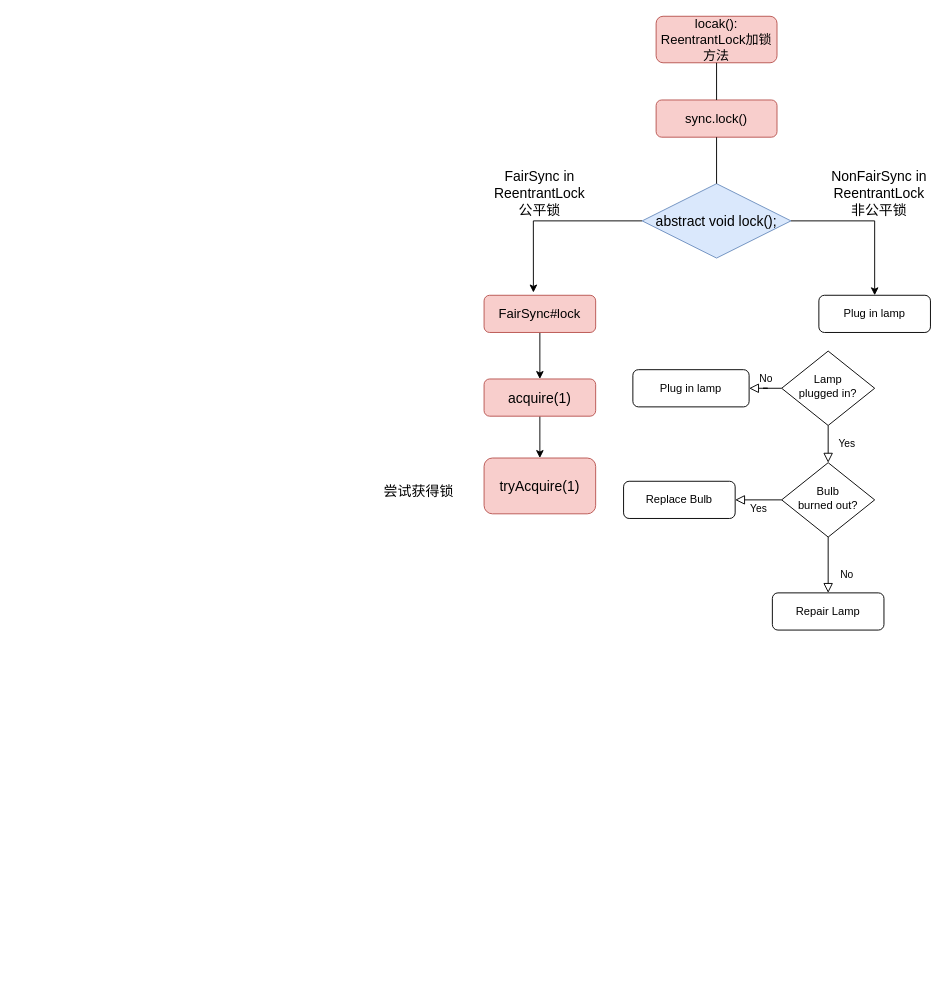
Earlier version of the draw.io diagram logicDiagram/Untitled Diagram.drawio (gitzsl17/draw). Source tidied: cells renumbered, new cells numbered last; positions are measured from the earlier drawing's top-left corner, leaving out a move shared by most shapes. Both pictures are drawn from the tidied source at 93%, with x=0, y=0 at pixel (363, 16).
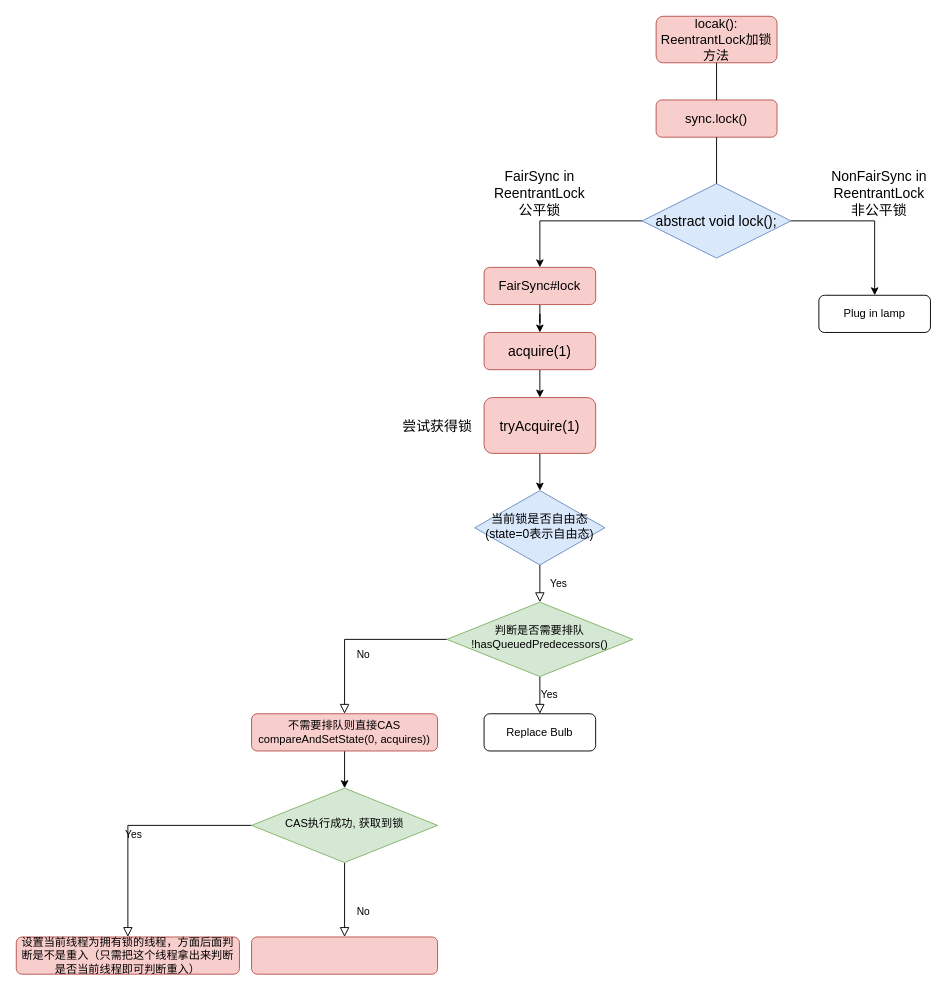
Above is the later version.

The change refers to these unchanged cells:
```xml
<mxCell id="16" value="&lt;span&gt;abstract void lock();&lt;/span&gt;" style="rhombus;whiteSpace=wrap;html=1;fontSize=15;fillColor=#dae8fc;strokeColor=#6c8ebf;" parent="1" vertex="1">
  <mxGeometry x="300" y="180" width="160" height="80" as="geometry" />
</mxCell>
```

Change to the diagram source:
```diff
@@
-    <mxCell id="4" value="No" style="edgeStyle=orthogonalEdgeStyle;rounded=0;html=1;jettySize=auto;fontSize=11;endArrow=block;endFill=0;endSize=8;strokeWidth=1;shadow=0;labelBackgroundColor=none;" parent="1" edge="1" source="5" target="6">
-      <mxGeometry y="10" relative="1" as="geometry" />
-    </mxCell>
-    <mxCell id="5" value="Lamp&lt;br&gt;plugged in?" style="rhombus;whiteSpace=wrap;html=1;shadow=0;fontFamily=Helvetica;fontSize=12;align=center;strokeWidth=1;spacing=6;spacingTop=-4;" parent="1" vertex="1">
-      <mxGeometry x="450" y="360" width="100" height="80" as="geometry" />
+    <mxCell id="5" value="当前锁是否自由态(state=0表示自由态)" style="rhombus;whiteSpace=wrap;html=1;shadow=0;fontFamily=Helvetica;fontSize=13;align=center;strokeWidth=1;spacing=6;spacingTop=-4;fillColor=#dae8fc;strokeColor=#6c8ebf;" parent="1" vertex="1">
+      <mxGeometry x="120" y="510" width="140" height="80" as="geometry" />
     </mxCell>
-    <mxCell id="6" value="Plug in lamp" style="rounded=1;whiteSpace=wrap;html=1;fontSize=12;glass=0;strokeWidth=1;shadow=0;" parent="1" vertex="1">
-      <mxGeometry x="290" y="380" width="125" height="40" as="geometry" />
-    </mxCell>
@@
-    <mxCell id="9" value="Bulb&lt;br&gt;burned out?" style="rhombus;whiteSpace=wrap;html=1;shadow=0;fontFamily=Helvetica;fontSize=12;align=center;strokeWidth=1;spacing=6;spacingTop=-4;" parent="1" vertex="1">
-      <mxGeometry x="450" y="480" width="100" height="80" as="geometry" />
+    <mxCell id="9" value="判断是否需要排队&lt;br&gt;!hasQueuedPredecessors()" style="rhombus;whiteSpace=wrap;html=1;shadow=0;fontFamily=Helvetica;fontSize=12;align=center;strokeWidth=1;spacing=6;spacingTop=-4;fillColor=#d5e8d4;strokeColor=#82b366;" parent="1" vertex="1">
+      <mxGeometry x="90" y="630" width="200" height="80" as="geometry" />
     </mxCell>
+    <mxCell id="27" style="edgeStyle=orthogonalEdgeStyle;rounded=0;jettySize=auto;html=1;exitX=0.5;exitY=1;exitDx=0;exitDy=0;entryX=0.5;entryY=0;entryDx=0;entryDy=0;fontSize=12;" parent="1" edge="1" source="10" target="30">
+      <mxGeometry relative="1" as="geometry" />
+    </mxCell>
-    <mxCell id="10" value="Repair Lamp" style="rounded=1;whiteSpace=wrap;html=1;fontSize=12;glass=0;strokeWidth=1;shadow=0;" parent="1" vertex="1">
-      <mxGeometry x="440" y="620" width="120" height="40" as="geometry" />
+    <mxCell id="10" value="不需要排队则直接CAS&lt;br style=&quot;font-size: 12px;&quot;&gt;compareAndSetState(0, acquires))" style="rounded=1;whiteSpace=wrap;html=1;fontSize=12;glass=0;strokeWidth=1;shadow=0;fillColor=#f8cecc;strokeColor=#b85450;" parent="1" vertex="1">
+      <mxGeometry x="-120" y="750" width="200" height="40" as="geometry" />
     </mxCell>
     <mxCell id="11" value="Replace Bulb" style="rounded=1;whiteSpace=wrap;html=1;fontSize=12;glass=0;strokeWidth=1;shadow=0;" parent="1" vertex="1">
-      <mxGeometry x="280" y="500" width="120" height="40" as="geometry" />
+      <mxGeometry x="130" y="750" width="120" height="40" as="geometry" />
     </mxCell>
@@
-    <mxCell id="14" style="edgeStyle=orthogonalEdgeStyle;rounded=0;jettySize=auto;html=1;exitX=0;exitY=0.5;exitDx=0;exitDy=0;fontSize=15;entryX=0.442;entryY=-0.075;entryDx=0;entryDy=0;entryPerimeter=0;" parent="1" edge="1" source="16" target="20">
+    <mxCell id="14" style="edgeStyle=orthogonalEdgeStyle;rounded=0;jettySize=auto;html=1;exitX=0;exitY=0.5;exitDx=0;exitDy=0;fontSize=15;entryX=0.5;entryY=0;entryDx=0;entryDy=0;" parent="1" edge="1" source="16" target="20">
       <mxGeometry relative="1" as="geometry" />
     </mxCell>
@@
     <mxCell id="20" value="FairSync#lock" style="rounded=1;whiteSpace=wrap;html=1;fontSize=14;glass=0;strokeWidth=1;shadow=0;fillColor=#f8cecc;strokeColor=#b85450;" parent="1" vertex="1">
-      <mxGeometry x="130" y="300" width="120" height="40" as="geometry" />
+      <mxGeometry x="130" y="270" width="120" height="40" as="geometry" />
     </mxCell>
@@
     <mxCell id="24" value="acquire(1)" style="rounded=1;whiteSpace=wrap;html=1;fontSize=15;fillColor=#f8cecc;strokeColor=#b85450;" parent="1" vertex="1">
-      <mxGeometry x="130" y="390" width="120" height="40" as="geometry" />
+      <mxGeometry x="130" y="340" width="120" height="40" as="geometry" />
     </mxCell>
+    <mxCell id="28" style="edgeStyle=orthogonalEdgeStyle;rounded=0;jettySize=auto;html=1;exitX=0.5;exitY=1;exitDx=0;exitDy=0;entryX=0.5;entryY=0;entryDx=0;entryDy=0;fontSize=15;" parent="1" edge="1" source="25" target="5">
+      <mxGeometry relative="1" as="geometry" />
+    </mxCell>
     <mxCell id="25" value="tryAcquire(1)" style="rounded=1;whiteSpace=wrap;html=1;fontSize=15;fillColor=#f8cecc;strokeColor=#b85450;" parent="1" vertex="1">
-      <mxGeometry x="130" y="475" width="120" height="60" as="geometry" />
+      <mxGeometry x="130" y="410" width="120" height="60" as="geometry" />
     </mxCell>
     <mxCell id="26" value="尝试获得锁" style="text;html=1;strokeColor=none;fillColor=none;align=center;verticalAlign=middle;whiteSpace=wrap;rounded=0;fontSize=15;" parent="1" vertex="1">
-      <mxGeometry y="500" width="120" height="20" as="geometry" />
+      <mxGeometry x="20" y="430" width="120" height="20" as="geometry" />
     </mxCell>
+    <mxCell id="4" value="No" style="rounded=0;html=1;jettySize=auto;fontSize=11;endArrow=block;endFill=0;endSize=8;strokeWidth=1;shadow=0;labelBackgroundColor=none;edgeStyle=orthogonalEdgeStyle;" parent="1" edge="1" source="30" target="31">
+      <mxGeometry x="0.33" y="20" relative="1" as="geometry" />
+    </mxCell>
+    <mxCell id="29" value="Yes" style="edgeStyle=orthogonalEdgeStyle;rounded=0;html=1;jettySize=auto;fontSize=11;endArrow=block;endFill=0;endSize=8;strokeWidth=1;shadow=0;labelBackgroundColor=none;" parent="1" edge="1" source="30" target="32">
+      <mxGeometry y="10" relative="1" as="geometry" />
+    </mxCell>
+    <mxCell id="30" value="CAS执行成功, 获取到锁" style="rhombus;whiteSpace=wrap;html=1;shadow=0;fontFamily=Helvetica;fontSize=12;align=center;strokeWidth=1;spacing=6;spacingTop=-4;fillColor=#d5e8d4;strokeColor=#82b366;" parent="1" vertex="1">
+      <mxGeometry x="-120" y="830" width="200" height="80" as="geometry" />
+    </mxCell>
+    <mxCell id="31" style="rounded=1;whiteSpace=wrap;html=1;fontSize=12;glass=0;strokeWidth=1;shadow=0;fillColor=#f8cecc;strokeColor=#b85450;" parent="1" vertex="1">
+      <mxGeometry x="-120" y="990" width="200" height="40" as="geometry" />
+    </mxCell>
+    <mxCell id="32" value="设置当前线程为拥有锁的线程，方面后面判断是不是重入（只需把这个线程拿出来判断是否当前线程即可判断重入）" style="rounded=1;whiteSpace=wrap;html=1;fontSize=12;glass=0;strokeWidth=1;shadow=0;fillColor=#f8cecc;strokeColor=#b85450;" parent="1" vertex="1">
+      <mxGeometry x="-373" y="990" width="240" height="40" as="geometry" />
+    </mxCell>
```
